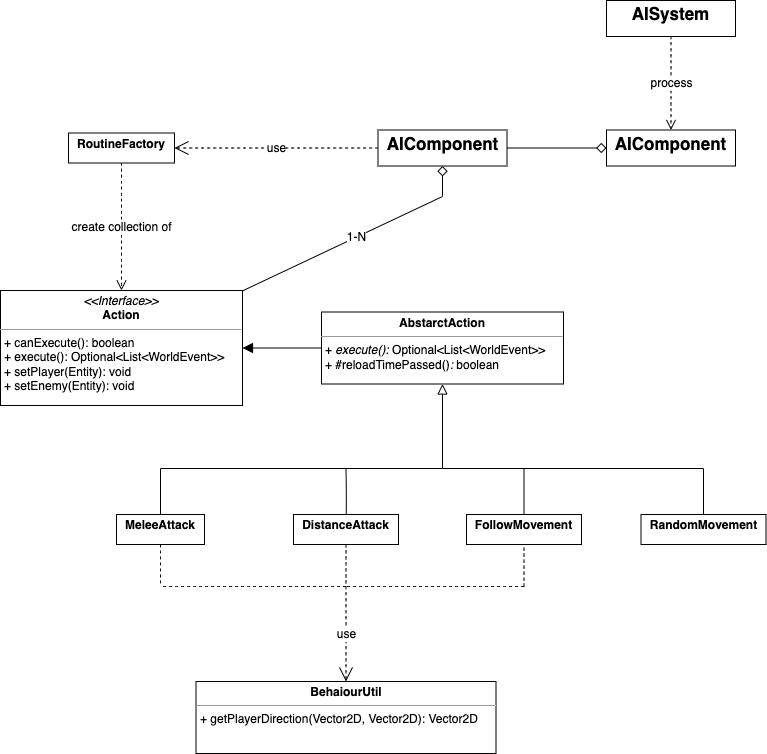
This is latex/uml/UML_AI.png from LorenzoPrati/OOP22-dim-hol, a draw.io export, as it was before one commit. Source tidied: cells renumbered, new cells last; positions are measured from the earlier drawing's top-left corner, leaving out a move shared by most shapes.
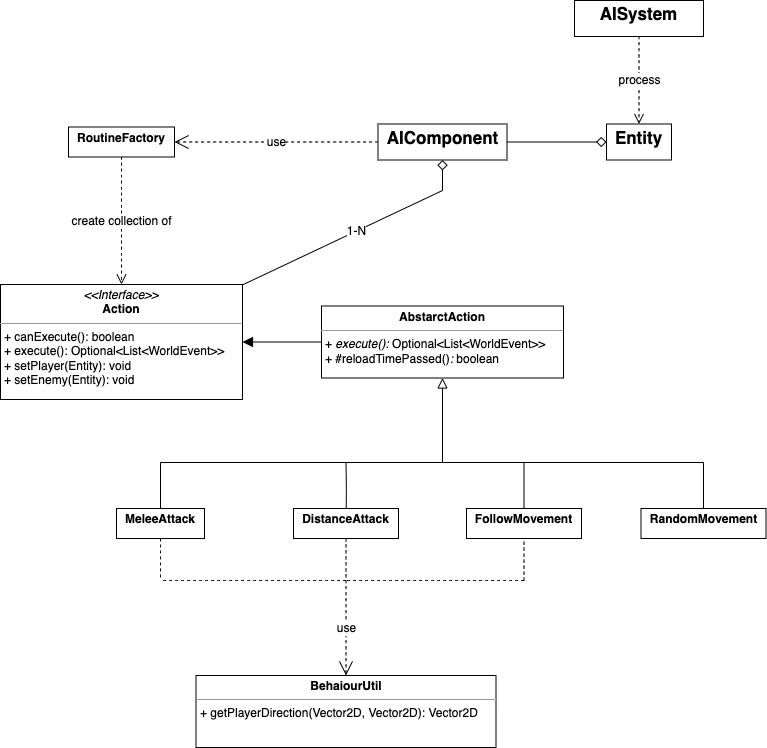
The same diagram one commit later.

Change to the diagram source:
```diff
@@ -123,14 +123,14 @@
     <mxCell id="38" value="use" style="endArrow=open;endSize=12;dashed=1;html=1;rounded=0;fontSize=12;curved=1;exitX=0;exitY=0.5;exitDx=0;exitDy=0;entryX=1;entryY=0.5;entryDx=0;entryDy=0;fixDash=0;endFill=0;" parent="1" edge="1" source="37" target="35">
       <mxGeometry relative="1" as="geometry" />
     </mxCell>
-    <mxCell id="39" value="&lt;p style=&quot;margin:0px;margin-top:4px;text-align:center;&quot;&gt;&lt;b&gt;&lt;font style=&quot;font-size: 17px;&quot;&gt;AIComponent&lt;/font&gt;&lt;/b&gt;&lt;/p&gt;" style="verticalAlign=top;align=left;overflow=fill;fontSize=12;fontFamily=Helvetica;html=1;whiteSpace=wrap;fixDash=0;" parent="1" vertex="1">
-      <mxGeometry x="606" y="129.5" width="129" height="36" as="geometry" />
+    <mxCell id="39" value="&lt;p style=&quot;margin:0px;margin-top:4px;text-align:center;&quot;&gt;&lt;b&gt;&lt;font style=&quot;font-size: 17px;&quot;&gt;Entity&lt;/font&gt;&lt;/b&gt;&lt;/p&gt;" style="verticalAlign=top;align=left;overflow=fill;fontSize=12;fontFamily=Helvetica;html=1;whiteSpace=wrap;fixDash=0;" parent="1" vertex="1">
+      <mxGeometry x="606" y="129.5" width="65" height="36" as="geometry" />
     </mxCell>
     <mxCell id="40" value="process" style="edgeStyle=none;curved=1;rounded=0;jettySize=auto;html=1;entryX=0.5;entryY=0;entryDx=0;entryDy=0;fontSize=12;startSize=8;endSize=8;endArrow=open;endFill=0;dashed=1;" parent="1" edge="1" source="41" target="39">
       <mxGeometry relative="1" as="geometry" />
     </mxCell>
     <mxCell id="41" value="&lt;p style=&quot;margin: 4px 0px 0px;&quot;&gt;&lt;b&gt;&lt;font style=&quot;font-size: 17px;&quot;&gt;AISystem&lt;/font&gt;&lt;/b&gt;&lt;/p&gt;" style="verticalAlign=top;align=center;overflow=fill;fontSize=12;fontFamily=Helvetica;html=1;whiteSpace=wrap;fixDash=0;" parent="1" vertex="1">
-      <mxGeometry x="606" width="129" height="36" as="geometry" />
+      <mxGeometry x="574" y="6" width="129" height="36" as="geometry" />
     </mxCell>
   </root>
 </mxGraphModel>
```
